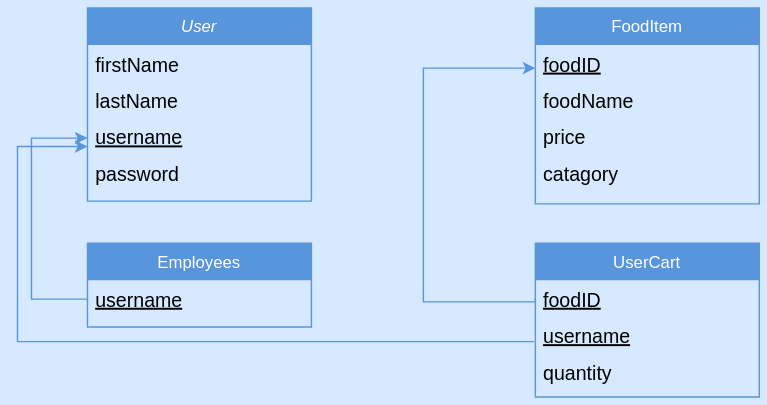
Before: DatabaseSchema.svg, a diagram exported from draw.io (alysavermeulen/ACEDATABASE). Source tidied: cells renumbered, new cells last; positions are measured from the earlier drawing's top-left corner, leaving out a move shared by most shapes.
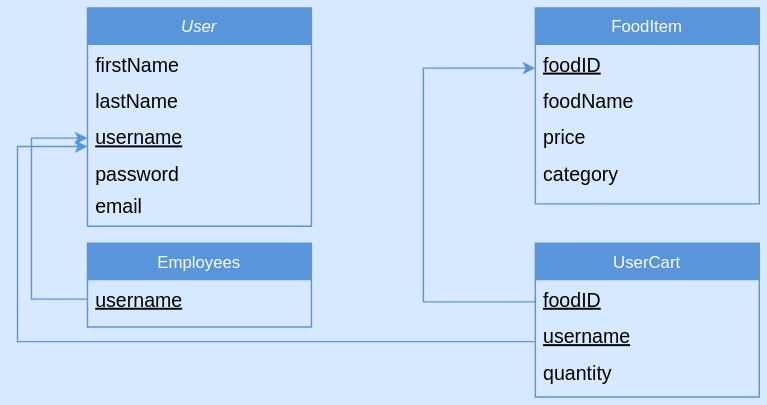
After the commit.

Commit message:
Updated database schema image

The edit, as a diff of the source:
```diff
@@ -20,7 +20,7 @@
     <mxCell id="7" value="price" style="text;align=left;verticalAlign=top;spacingLeft=4;spacingRight=4;overflow=hidden;rounded=0;shadow=0;html=0;fontSize=14;" parent="4" vertex="1">
       <mxGeometry y="78" width="160" height="26" as="geometry" />
     </mxCell>
-    <mxCell id="8" value="catagory" style="text;align=left;verticalAlign=top;spacingLeft=4;spacingRight=4;overflow=hidden;rounded=0;shadow=0;html=0;fontSize=14;" parent="4" vertex="1">
+    <mxCell id="8" value="category" style="text;align=left;verticalAlign=top;spacingLeft=4;spacingRight=4;overflow=hidden;rounded=0;shadow=0;html=0;fontSize=14;" parent="4" vertex="1">
       <mxGeometry y="104" width="160" height="26" as="geometry" />
     </mxCell>
     <mxCell id="9" value="UserCart" style="swimlane;fontStyle=0;align=center;verticalAlign=top;horizontal=1;startSize=26;rounded=0;shadow=0;strokeWidth=1;fillColor=#5995da;strokeColor=#5995da;fontColor=#fff;" parent="1" vertex="1">
@@ -63,7 +63,7 @@
       </mxGeometry>
     </mxCell>
     <mxCell id="16" value="User" style="swimlane;fontStyle=2;align=center;verticalAlign=top;horizontal=1;startSize=26;rounded=0;shadow=0;strokeWidth=1;fillColor=#5995da;strokeColor=#5995da;fontColor=#fff;" parent="1" vertex="1">
-      <mxGeometry x="50" width="160" height="138" as="geometry" />
+      <mxGeometry x="50" width="160" height="156" as="geometry" />
     </mxCell>
     <mxCell id="17" value="firstName" style="text;align=left;verticalAlign=top;spacingLeft=4;spacingRight=4;overflow=hidden;fontSize=14;" parent="16" vertex="1">
       <mxGeometry y="26" width="160" height="26" as="geometry" />
@@ -77,5 +77,8 @@
     <mxCell id="20" value="password" style="text;align=left;verticalAlign=top;spacingLeft=4;spacingRight=4;overflow=hidden;rounded=0;shadow=0;html=0;fontSize=14;" parent="1" vertex="1">
       <mxGeometry x="50" y="104" width="160" height="26" as="geometry" />
     </mxCell>
+    <mxCell id="21" value="email" style="text;align=left;verticalAlign=top;spacingLeft=4;spacingRight=4;overflow=hidden;rounded=0;shadow=0;html=0;fontSize=14;" parent="1" vertex="1">
+      <mxGeometry x="50" y="127" width="160" height="26" as="geometry" />
+    </mxCell>
   </root>
 </mxGraphModel>
```
